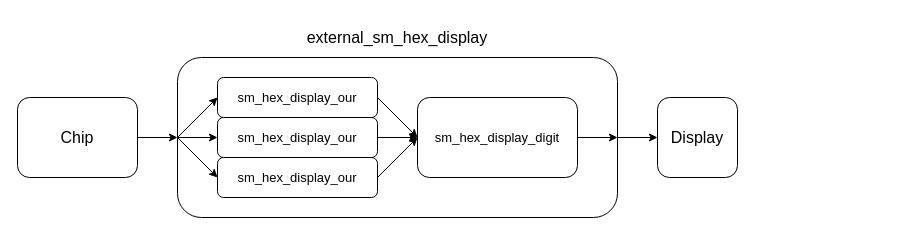
Earlier version of the draw.io diagram lab_2/attachments/sm_hex_display_to_chip_connection.drawio (Radislav123/SPDS_labs). Source tidied: cells renumbered, new cells numbered last; positions are measured from the earlier drawing's top-left corner, leaving out a move shared by most shapes. Both pictures are drawn from the tidied source at 100%, with x=0, y=0 at pixel (17, 17).
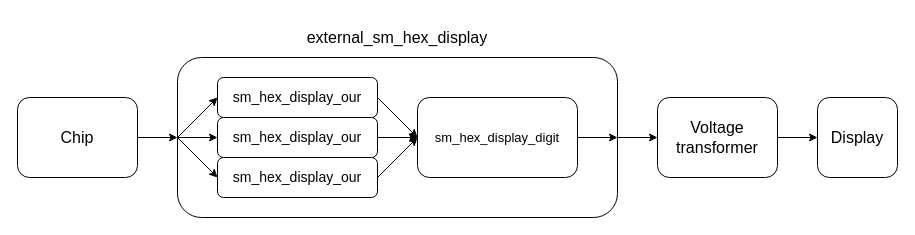
The same diagram, later.

Unchanged cells that the change refers to:
```xml
<mxCell id="3" style="rounded=1;whiteSpace=wrap;html=1;" parent="1" vertex="1">
  <mxGeometry x="160" y="40" width="440" height="160" as="geometry" />
</mxCell>
```

Change to the diagram source:
```diff
@@
-    <mxCell id="2" style="edgeStyle=orthogonalEdgeStyle;rounded=0;jettySize=auto;html=1;entryX=0;entryY=0.5;entryDx=0;entryDy=0;" parent="1" edge="1" source="3" target="10">
-      <mxGeometry relative="1" as="geometry" />
-    </mxCell>
+    <mxCell id="19" style="edgeStyle=orthogonalEdgeStyle;rounded=0;jettySize=auto;html=1;exitX=1;exitY=0.5;exitDx=0;exitDy=0;entryX=0;entryY=0.5;entryDx=0;entryDy=0;" parent="1" edge="1" source="3" target="21">
+      <mxGeometry relative="1" as="geometry" />
+    </mxCell>
@@
-    <mxCell id="6" value="&lt;font style=&quot;font-size: 13px&quot;&gt;sm_hex_display_our&lt;/font&gt;" style="rounded=1;whiteSpace=wrap;html=1;" parent="1" vertex="1">
+    <mxCell id="6" value="&lt;font style=&quot;font-size: 14px&quot;&gt;sm_hex_display_our&lt;/font&gt;" style="rounded=1;whiteSpace=wrap;html=1;" parent="1" vertex="1">
       <mxGeometry x="200" y="60" width="160" height="40" as="geometry" />
     </mxCell>
-    <mxCell id="7" value="&lt;font style=&quot;font-size: 13px&quot;&gt;sm_hex_display_our&lt;/font&gt;" style="rounded=1;whiteSpace=wrap;html=1;" parent="1" vertex="1">
+    <mxCell id="7" value="&lt;font style=&quot;font-size: 14px&quot;&gt;sm_hex_display_our&lt;/font&gt;" style="rounded=1;whiteSpace=wrap;html=1;" parent="1" vertex="1">
       <mxGeometry x="200" y="100" width="160" height="40" as="geometry" />
     </mxCell>
-    <mxCell id="8" value="&lt;font style=&quot;font-size: 13px&quot;&gt;sm_hex_display_our&lt;/font&gt;" style="rounded=1;whiteSpace=wrap;html=1;" parent="1" vertex="1">
+    <mxCell id="8" value="&lt;font style=&quot;font-size: 14px&quot;&gt;sm_hex_display_our&lt;/font&gt;" style="rounded=1;whiteSpace=wrap;html=1;" parent="1" vertex="1">
       <mxGeometry x="200" y="140" width="160" height="40" as="geometry" />
     </mxCell>
@@
     <mxCell id="10" value="&lt;font style=&quot;font-size: 16px&quot;&gt;Display&lt;/font&gt;" style="rounded=1;whiteSpace=wrap;html=1;" parent="1" vertex="1">
-      <mxGeometry x="640" y="80" width="80" height="80" as="geometry" />
+      <mxGeometry x="800" y="80" width="80" height="80" as="geometry" />
     </mxCell>
@@
+    <mxCell id="20" style="edgeStyle=orthogonalEdgeStyle;rounded=0;jettySize=auto;html=1;exitX=1;exitY=0.5;exitDx=0;exitDy=0;entryX=0;entryY=0.5;entryDx=0;entryDy=0;" parent="1" edge="1" source="21" target="10">
+      <mxGeometry relative="1" as="geometry" />
+    </mxCell>
+    <mxCell id="21" value="&lt;font style=&quot;font-size: 16px&quot;&gt;Voltage transformer&lt;/font&gt;" style="rounded=1;whiteSpace=wrap;html=1;" parent="1" vertex="1">
+      <mxGeometry x="640" y="80" width="120" height="80" as="geometry" />
+    </mxCell>
```
